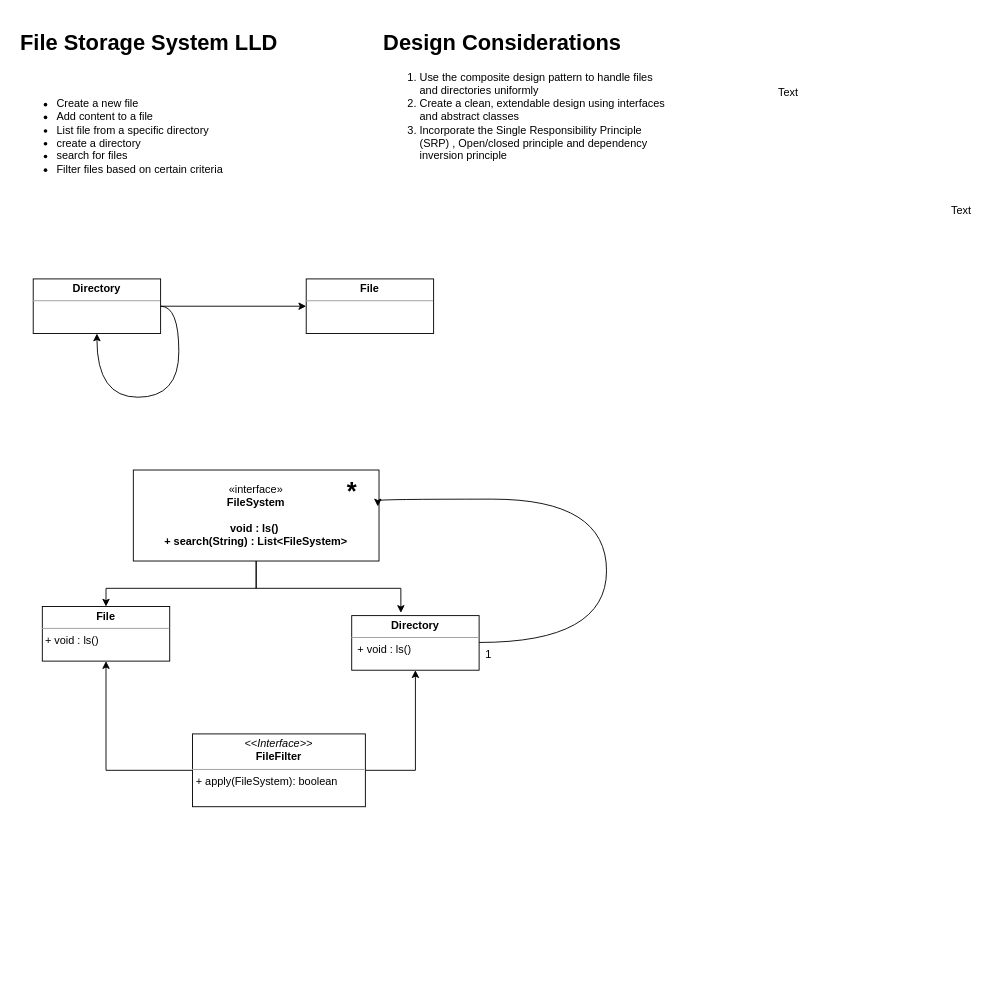
Before: LLD/FileStorageSystem/FileStorageSystem.drawio in swapnilgupta/SystemDesign, a draw.io diagram. Source tidied: cells renumbered, new cells numbered last; positions are measured from the earlier drawing's top-left corner, leaving out a move shared by most shapes. Both pictures are drawn from the tidied source at 91%, with x=0, y=0 at pixel (15, 25).
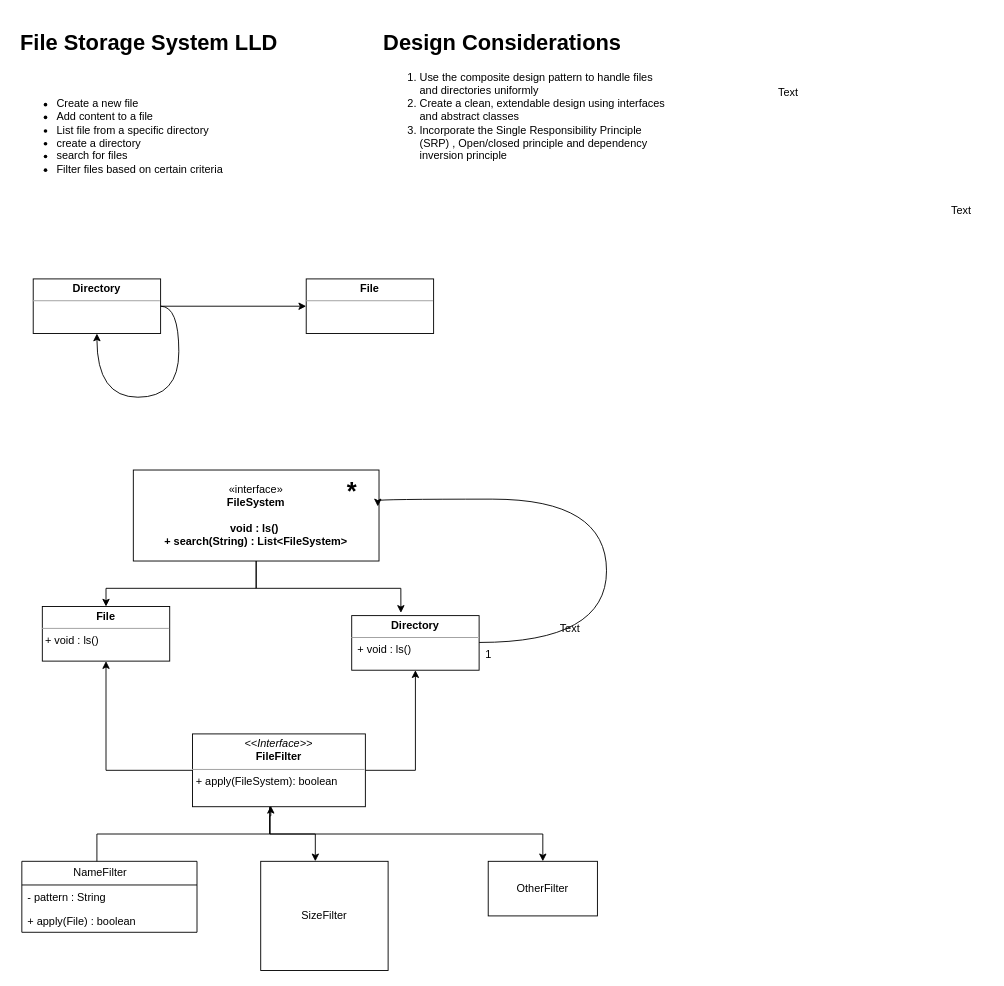
The same page after the edit.

Unchanged cells that the change refers to:
```xml
<mxCell id="20" value="&lt;p style=&quot;margin:0px;margin-top:4px;text-align:center;&quot;&gt;&lt;i&gt;&amp;lt;&amp;lt;Interface&amp;gt;&amp;gt;&lt;/i&gt;&lt;br&gt;&lt;b&gt;FileFilter&lt;/b&gt;&lt;/p&gt;&lt;hr size=&quot;1&quot;&gt;&lt;p style=&quot;margin:0px;margin-left:4px;&quot;&gt;+ apply(FileSystem): boolean&lt;br&gt;&lt;/p&gt;" style="verticalAlign=top;align=left;overflow=fill;fontSize=12;fontFamily=Helvetica;html=1;whiteSpace=wrap;" parent="1" vertex="1">
  <mxGeometry x="194" y="779" width="190" height="80" as="geometry" />
</mxCell>
```

The edit, as a diff of the source:
```diff
@@
+    <mxCell id="21" style="edgeStyle=orthogonalEdgeStyle;rounded=0;jettySize=auto;html=1;entryX=0.5;entryY=1;entryDx=0;entryDy=0;" parent="1" edge="1" source="20">
+      <mxGeometry relative="1" as="geometry">
+        <mxPoint x="329" y="919" as="targetPoint" />
+        <Array as="points">
+          <mxPoint x="279" y="889" />
+          <mxPoint x="329" y="889" />
+        </Array>
+      </mxGeometry>
+    </mxCell>
+    <mxCell id="22" style="edgeStyle=orthogonalEdgeStyle;rounded=0;orthogonalLoop=1;jettySize=auto;html=1;entryX=0.5;entryY=0;entryDx=0;entryDy=0;" parent="1" edge="1">
+      <mxGeometry relative="1" as="geometry">
+        <mxPoint x="279" y="859" as="sourcePoint" />
+        <mxPoint x="579" y="919" as="targetPoint" />
+        <Array as="points">
+          <mxPoint x="279" y="889" />
+          <mxPoint x="579" y="889" />
+        </Array>
+      </mxGeometry>
+    </mxCell>
@@
+    <mxCell id="23" style="edgeStyle=orthogonalEdgeStyle;rounded=0;jettySize=auto;html=1;entryX=0.453;entryY=0.988;entryDx=0;entryDy=0;entryPerimeter=0;exitX=0.5;exitY=0;exitDx=0;exitDy=0;" parent="1" edge="1" target="20">
+      <mxGeometry relative="1" as="geometry">
+        <mxPoint x="89" y="919" as="sourcePoint" />
+        <Array as="points">
+          <mxPoint x="89" y="889" />
+          <mxPoint x="279" y="889" />
+          <mxPoint x="279" y="869" />
+          <mxPoint x="280" y="869" />
+        </Array>
+      </mxGeometry>
+    </mxCell>
+    <mxCell id="24" value="Text" style="text;strokeColor=none;align=center;fillColor=none;html=1;verticalAlign=middle;whiteSpace=wrap;rounded=0;" parent="1" vertex="1">
+      <mxGeometry x="579" y="649" width="60" height="30" as="geometry" />
+    </mxCell>
+    <mxCell id="25" value="NameFilter&lt;span style=&quot;white-space: pre;&quot;&gt;&#9;&lt;/span&gt;" style="swimlane;fontStyle=0;horizontal=1;startSize=26;fillColor=none;whiteSpace=wrap;html=1;" parent="1" vertex="1">
+      <mxGeometry x="6.5" y="919" width="192.5" height="78" as="geometry" />
+    </mxCell>
+    <mxCell id="26" value="- pattern : String" style="text;strokeColor=none;fillColor=none;align=left;verticalAlign=top;spacingLeft=4;spacingRight=4;overflow=hidden;whiteSpace=wrap;html=1;" parent="25" vertex="1">
+      <mxGeometry y="26" width="192.5" height="26" as="geometry" />
+    </mxCell>
+    <mxCell id="27" value="+ apply(File) : boolean" style="text;strokeColor=none;fillColor=none;align=left;verticalAlign=top;spacingLeft=4;spacingRight=4;overflow=hidden;whiteSpace=wrap;html=1;" parent="25" vertex="1">
+      <mxGeometry y="52" width="192.5" height="26" as="geometry" />
+    </mxCell>
+    <mxCell id="28" value="SizeFilter" style="whiteSpace=wrap;html=1;" parent="1" vertex="1">
+      <mxGeometry x="269" y="919" width="140" height="120" as="geometry" />
+    </mxCell>
+    <mxCell id="29" value="OtherFilter" style="whiteSpace=wrap;html=1;" parent="1" vertex="1">
+      <mxGeometry x="519" y="919" width="120" height="60" as="geometry" />
+    </mxCell>
```
